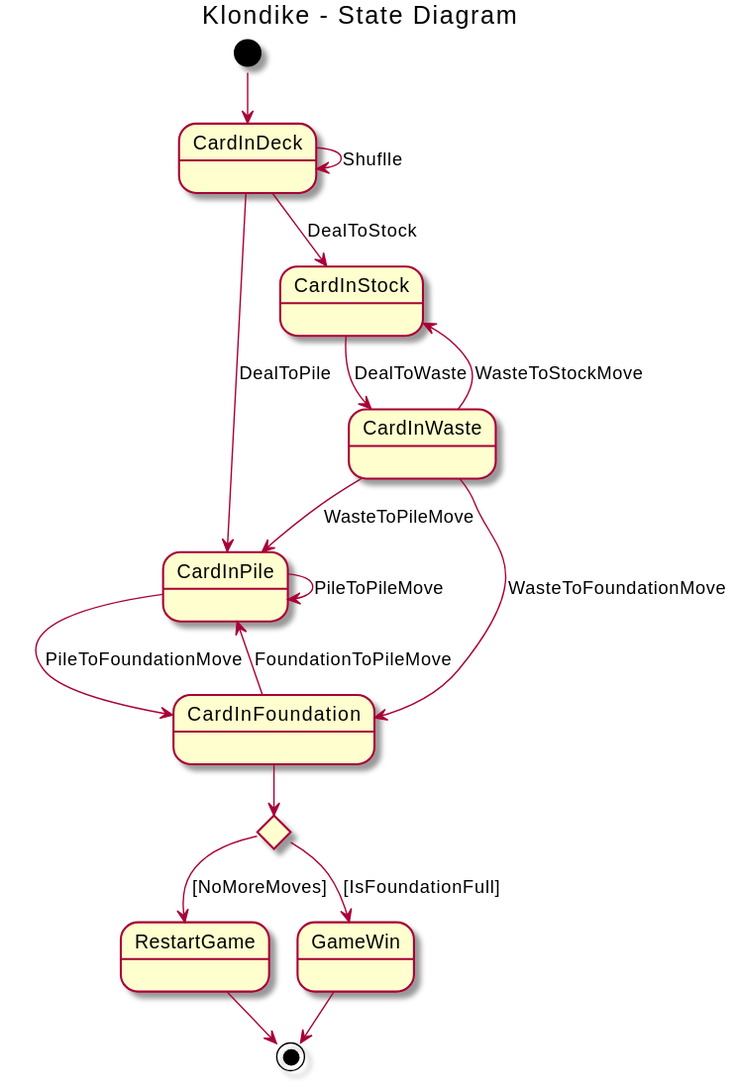
Before: out/1 Modelo de Dominio/03_Diagrama de estados/StateDiagram.svg, a diagram exported from PlantUML (AngelOS95P/Maestria_IngSoftware_grupo6).
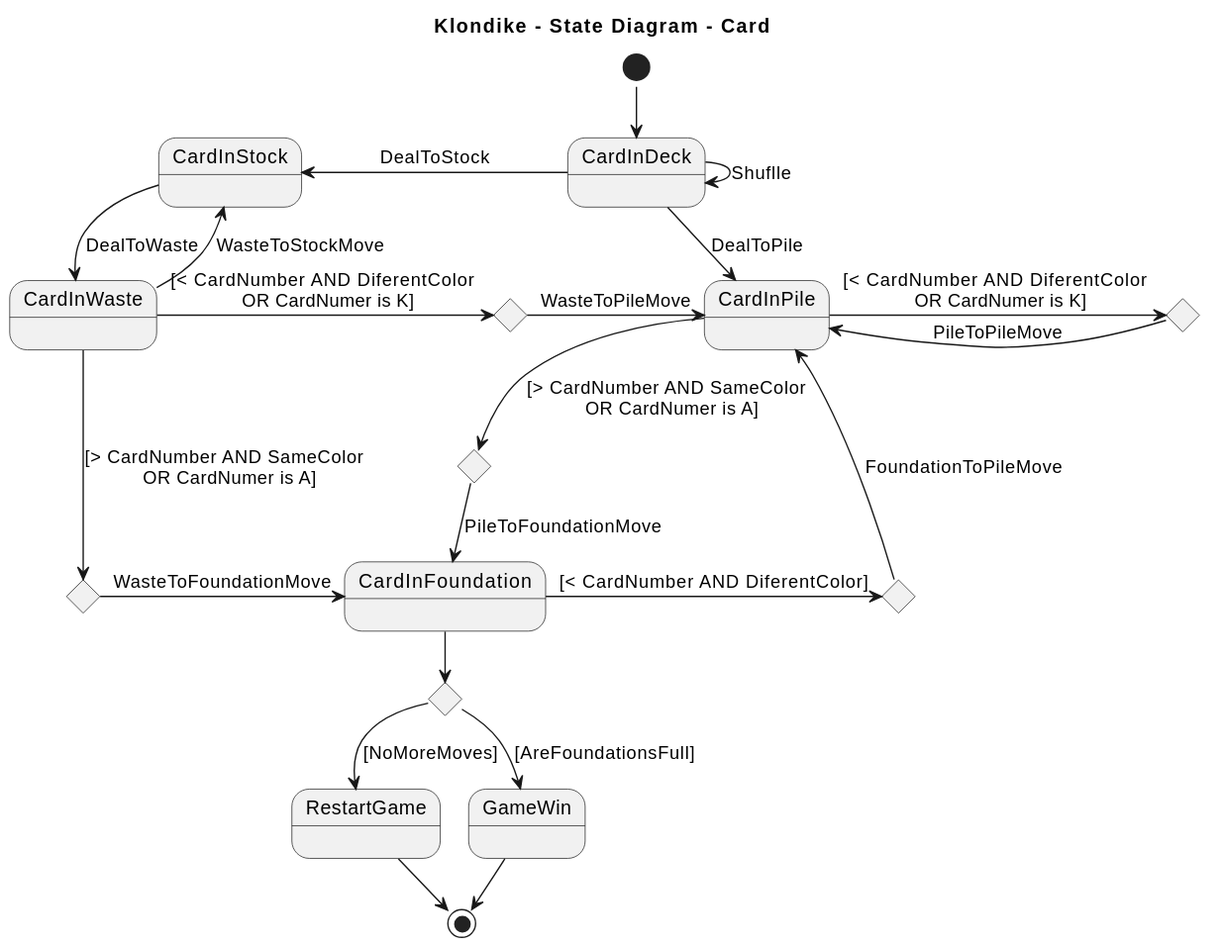
After the change.

Change to the diagram source:
```diff
@@ -1,32 +1,52 @@
 @startuml StateDiagram
-title Klondike  - State Diagram
+title Klondike  - State Diagram - Card
 !pragma layout smetana
 
 state CardInDeck
 state CardInPile
 state CardInStock
+state CardInWaste
 state CardInFoundation
 state GameFinal <<choice>>
 state RestartGame
 state GameWin
+state PPDecision <<choice>>
+state PFDecision <<choice>>
+state FPDecision <<choice>>
+state WPDecision <<choice>>
+state WFDecision <<choice>>
 
-[*] --> CardInDeck
+[*] -down-> CardInDeck
 CardInDeck --> CardInDeck: Shuflle
-CardInDeck --> CardInPile: DealToPile
-CardInDeck --> CardInStock: DealToStock
+CardInDeck -left-> CardInStock: DealToStock
+CardInDeck -down-> CardInPile: DealToPile
 
-CardInPile --> CardInPile: PileToPileMove
-CardInPile --> CardInFoundation: PileToFoundationMove
-CardInFoundation --> CardInPile: FoundationToPileMove
 
-CardInStock --> CardInWaste: DealToWaste
-CardInWaste --> CardInStock: WasteToStockMove
-CardInWaste --> CardInPile: WasteToPileMove
-CardInWaste --> CardInFoundation: WasteToFoundationMove
+CardInStock -down-> CardInWaste: DealToWaste
+CardInWaste -up-> CardInStock: WasteToStockMove
 
-CardInFoundation --> GameFinal
+CardInWaste -right-> WPDecision: [< CardNumber AND DiferentColor \n OR CardNumer is K]
+CardInWaste -down--> WFDecision:[> CardNumber AND SameColor \n OR CardNumer is A]
+WPDecision -right-> CardInPile: WasteToPileMove
+
+
+CardInPile -down-> PFDecision: [> CardNumber AND SameColor \n OR CardNumer is A]
+PFDecision -down-> CardInFoundation: PileToFoundationMove
+
+CardInPile -right-> PPDecision: [< CardNumber AND DiferentColor \n OR CardNumer is K]
+PPDecision -left-> CardInPile: PileToPileMove
+
+WFDecision -right-> CardInFoundation: WasteToFoundationMove
+CardInFoundation -right-> FPDecision: [< CardNumber AND DiferentColor]
+FPDecision -up-> CardInPile: FoundationToPileMove
+
+
+
+
+
+CardInFoundation -down-> GameFinal
 GameFinal --> RestartGame: [NoMoreMoves]
-GameFinal --> GameWin: [IsFoundationFull]
+GameFinal --> GameWin: [AreFoundationsFull]
 
 RestartGame --> [*]
 GameWin --> [*]
```
